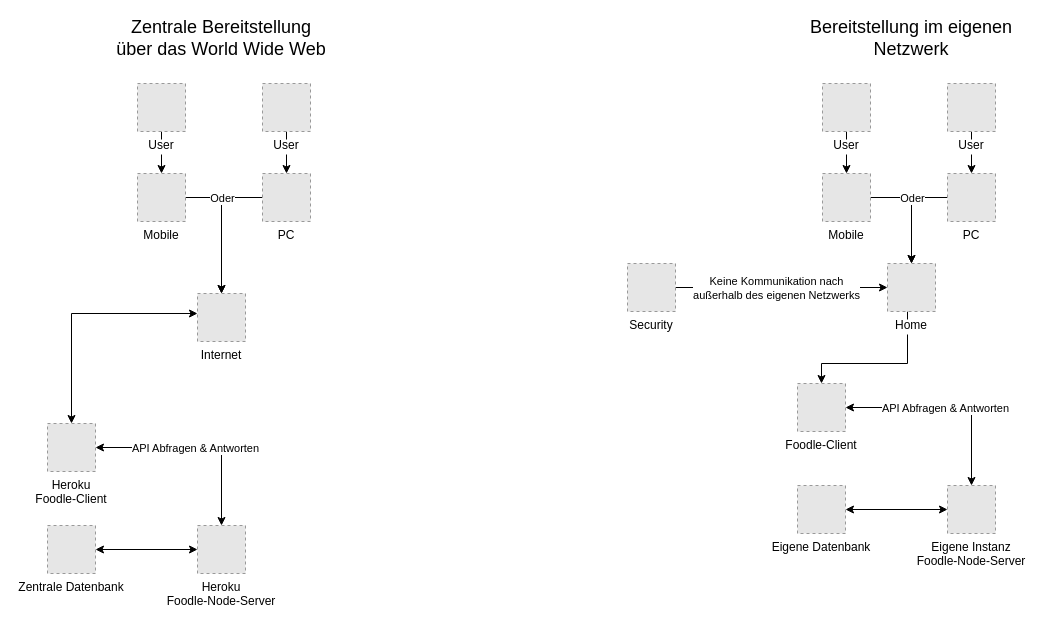
Above: foodle/Untitled Diagram.drawio in lukasbaumweb/diagrams (draw.io), before the change. Source tidied: cells renumbered, new cells numbered last; positions are measured from the earlier drawing's top-left corner, leaving out a move shared by most shapes. Both pictures are drawn from the tidied source at 100%, with x=0, y=0 at pixel (47, 23). Pictures stored in the file or linked from it are replaced by grey dashed boxes.
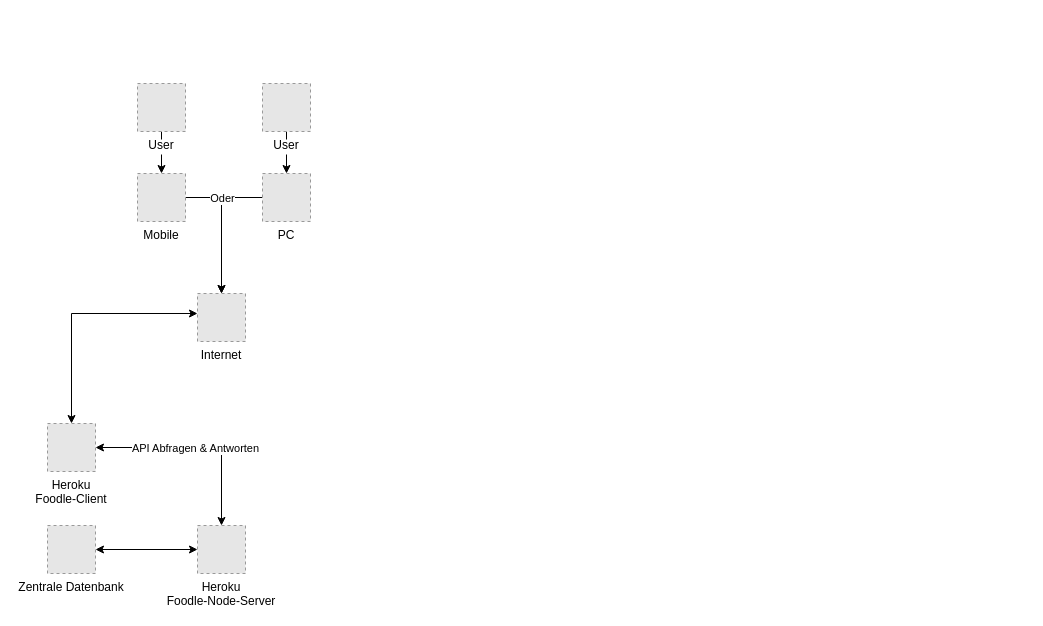
After the change.

The edit, as a diff of the source:
```diff
@@
-    <mxCell id="16" style="edgeStyle=orthogonalEdgeStyle;rounded=0;jettySize=auto;html=1;startArrow=none;startFill=0;" parent="1" edge="1" source="17" target="29">
-      <mxGeometry relative="1" as="geometry">
-        <Array as="points">
-          <mxPoint x="860" y="340" />
-          <mxPoint x="774" y="340" />
-        </Array>
-      </mxGeometry>
-    </mxCell>
-    <mxCell id="17" value="Home" style="fillColor=#E6E6E6;strokeColor=#999999;dashed=1;verticalLabelPosition=bottom;verticalAlign=top;labelBackgroundColor=#ffffff;" parent="1" vertex="1">
-      <mxGeometry x="840" y="240" width="48" height="48" as="geometry" />
-    </mxCell>
-    <mxCell id="18" style="edgeStyle=orthogonalEdgeStyle;rounded=0;jettySize=auto;html=1;startArrow=none;startFill=0;" parent="1" edge="1" source="20" target="17">
-      <mxGeometry relative="1" as="geometry" />
-    </mxCell>
-    <mxCell id="19" value="Keine Kommunikation nach &lt;br&gt;außerhalb des eigenen Netzwerks" style="edgeLabel;html=1;align=center;verticalAlign=middle;" parent="18" vertex="1">
-      <mxGeometry x="0.32" relative="1" as="geometry">
-        <mxPoint x="-40" as="offset" />
-      </mxGeometry>
-    </mxCell>
-    <mxCell id="20" value="Security" style="fillColor=#E6E6E6;strokeColor=#999999;dashed=1;verticalLabelPosition=bottom;verticalAlign=top;labelBackgroundColor=#ffffff;" parent="1" vertex="1">
-      <mxGeometry x="580" y="240" width="48" height="48" as="geometry" />
-    </mxCell>
@@
-    <mxCell id="24" style="edgeStyle=orthogonalEdgeStyle;rounded=0;jettySize=auto;html=1;startArrow=classic;startFill=1;" parent="1" edge="1" source="25" target="26">
-      <mxGeometry relative="1" as="geometry" />
-    </mxCell>
-    <mxCell id="25" value="Eigene Datenbank" style="fillColor=#E6E6E6;strokeColor=#999999;dashed=1;verticalLabelPosition=bottom;verticalAlign=top;labelBackgroundColor=#ffffff;" parent="1" vertex="1">
-      <mxGeometry x="750" y="462" width="48" height="48" as="geometry" />
-    </mxCell>
-    <mxCell id="26" value="Eigene Instanz&#10;Foodle-Node-Server" style="fillColor=#E6E6E6;strokeColor=#999999;dashed=1;verticalLabelPosition=bottom;verticalAlign=top;" parent="1" vertex="1">
-      <mxGeometry x="900" y="462" width="48" height="48" as="geometry" />
-    </mxCell>
-    <mxCell id="27" style="edgeStyle=orthogonalEdgeStyle;rounded=0;jettySize=auto;html=1;startArrow=classic;startFill=1;" parent="1" edge="1" source="29" target="26">
-      <mxGeometry relative="1" as="geometry" />
-    </mxCell>
-    <mxCell id="28" value="API Abfragen &amp;amp; Antworten" style="edgeLabel;html=1;align=center;verticalAlign=middle;" parent="27" vertex="1">
-      <mxGeometry x="-0.26" y="1" relative="1" as="geometry">
-        <mxPoint x="24" y="1" as="offset" />
-      </mxGeometry>
-    </mxCell>
-    <mxCell id="29" value="Foodle-Client" style="fillColor=#E6E6E6;strokeColor=#999999;dashed=1;verticalLabelPosition=bottom;verticalAlign=top;" parent="1" vertex="1">
-      <mxGeometry x="750" y="360" width="48" height="48" as="geometry" />
-    </mxCell>
-    <mxCell id="30" style="edgeStyle=orthogonalEdgeStyle;rounded=0;jettySize=auto;html=1;startArrow=none;startFill=0;" parent="1" edge="1" source="31" target="17">
-      <mxGeometry relative="1" as="geometry" />
-    </mxCell>
-    <mxCell id="31" value="Mobile" style="fillColor=#E6E6E6;strokeColor=#999999;dashed=1;verticalLabelPosition=bottom;verticalAlign=top;labelBackgroundColor=#ffffff;" parent="1" vertex="1">
-      <mxGeometry x="775" y="150" width="48" height="48" as="geometry" />
-    </mxCell>
-    <mxCell id="32" style="edgeStyle=orthogonalEdgeStyle;rounded=0;jettySize=auto;html=1;startArrow=none;startFill=0;" parent="1" edge="1" source="33" target="31">
-      <mxGeometry relative="1" as="geometry" />
-    </mxCell>
-    <mxCell id="33" value="User" style="fillColor=#E6E6E6;strokeColor=#999999;dashed=1;verticalLabelPosition=bottom;verticalAlign=top;labelBackgroundColor=#ffffff;" parent="1" vertex="1">
-      <mxGeometry x="775" y="60" width="48" height="48" as="geometry" />
-    </mxCell>
-    <mxCell id="34" style="edgeStyle=orthogonalEdgeStyle;rounded=0;jettySize=auto;html=1;startArrow=none;startFill=0;" parent="1" edge="1" source="35" target="38">
-      <mxGeometry relative="1" as="geometry" />
-    </mxCell>
-    <mxCell id="35" value="User" style="fillColor=#E6E6E6;strokeColor=#999999;dashed=1;verticalLabelPosition=bottom;verticalAlign=top;labelBackgroundColor=#ffffff;" parent="1" vertex="1">
-      <mxGeometry x="900" y="60" width="48" height="48" as="geometry" />
-    </mxCell>
-    <mxCell id="36" style="edgeStyle=orthogonalEdgeStyle;rounded=0;jettySize=auto;html=1;startArrow=none;startFill=0;" parent="1" edge="1" source="38" target="17">
-      <mxGeometry relative="1" as="geometry">
-        <Array as="points">
-          <mxPoint x="864" y="174" />
-        </Array>
-      </mxGeometry>
-    </mxCell>
-    <mxCell id="37" value="Oder" style="edgeLabel;html=1;align=center;verticalAlign=middle;" parent="36" vertex="1">
-      <mxGeometry x="-0.12" y="1" relative="1" as="geometry">
-        <mxPoint x="-1" y="-9" as="offset" />
-      </mxGeometry>
-    </mxCell>
-    <mxCell id="38" value="PC" style="fillColor=#E6E6E6;strokeColor=#999999;dashed=1;verticalLabelPosition=bottom;verticalAlign=top;" parent="1" vertex="1">
-      <mxGeometry x="900" y="150" width="48" height="48" as="geometry" />
-    </mxCell>
-    <mxCell id="39" value="&lt;font style=&quot;font-size: 18px;&quot;&gt;Zentrale Bereitstellung über das World Wide Web&lt;/font&gt;" style="text;html=1;strokeColor=none;fillColor=none;align=center;verticalAlign=middle;whiteSpace=wrap;rounded=0;" parent="1" vertex="1">
-      <mxGeometry x="64" width="220" height="30" as="geometry" />
-    </mxCell>
-    <mxCell id="40" value="&lt;font style=&quot;font-size: 18px;&quot;&gt;Bereitstellung im eigenen Netzwerk&lt;/font&gt;" style="text;html=1;strokeColor=none;fillColor=none;align=center;verticalAlign=middle;whiteSpace=wrap;rounded=0;" parent="1" vertex="1">
-      <mxGeometry x="754" width="220" height="30" as="geometry" />
-    </mxCell>
```
